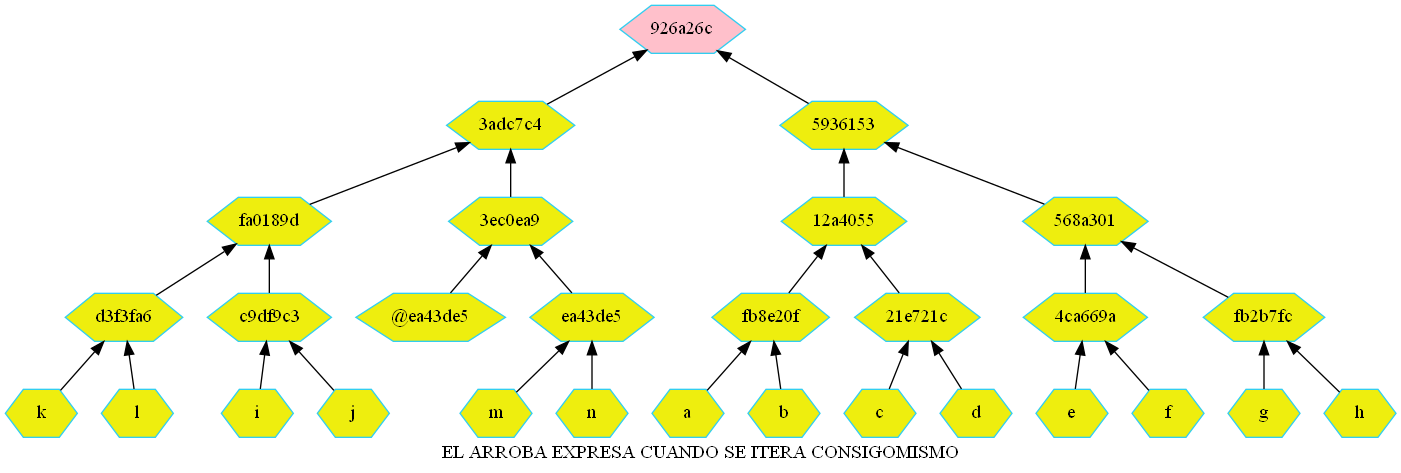
Earlier version of the Graphviz export merkle.png (betebetoven/EDDS2F2). Its source is kept beside it as merkle.dot. The source it was exported from:
```dot
digraph G
{label="EL ARROBA EXPRESA CUANDO SE ITERA CONSIGOMISMO"
        node[shape = hexagon]
        node[style = filled]
        node[fillcolor = "#EEEEE"]
        node[color = "#EEEEE"]
        node[color = "#31CEF0"]
        rankdir=BT;

"a" -> "fb8e20f"
"b" -> "fb8e20f"
"c" -> "21e721c"
"d" -> "21e721c"
"e" -> "4ca669a"
"f" -> "4ca669a"
"g" -> "fb2b7fc"
"h" -> "fb2b7fc"
"i" -> "c9df9c3"
"j" -> "c9df9c3"
"k" -> "d3f3fa6"
"l" -> "d3f3fa6"
"m" -> "ea43de5"
"n" -> "ea43de5"
"fb8e20f" -> "12a4055"
"21e721c" -> "12a4055"
"4ca669a" -> "568a301"
"fb2b7fc" -> "568a301"
"c9df9c3" -> "fa0189d"
"d3f3fa6" -> "fa0189d"
"ea43de5" -> "3ec0ea9"
"@ea43de5" -> "3ec0ea9"
"12a4055" -> "5936153"
"568a301" -> "5936153"
"fa0189d" -> "3adc7c4"
"3ec0ea9" -> "3adc7c4"
"5936153" -> "926a26c"
"3adc7c4" -> "926a26c"
"926a26c"[fillcolor="pink"]
}
```
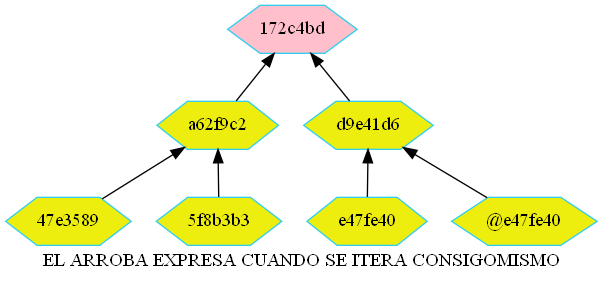
The same diagram one commit later.

What changed in the source:
```diff
@@ -7,33 +7,11 @@
         node[color = "#31CEF0"]
         rankdir=BT;
 
-"a" -> "fb8e20f"
-"b" -> "fb8e20f"
-"c" -> "21e721c"
-"d" -> "21e721c"
-"e" -> "4ca669a"
-"f" -> "4ca669a"
-"g" -> "fb2b7fc"
-"h" -> "fb2b7fc"
-"i" -> "c9df9c3"
-"j" -> "c9df9c3"
-"k" -> "d3f3fa6"
-"l" -> "d3f3fa6"
-"m" -> "ea43de5"
-"n" -> "ea43de5"
-"fb8e20f" -> "12a4055"
-"21e721c" -> "12a4055"
-"4ca669a" -> "568a301"
-"fb2b7fc" -> "568a301"
-"c9df9c3" -> "fa0189d"
-"d3f3fa6" -> "fa0189d"
-"ea43de5" -> "3ec0ea9"
-"@ea43de5" -> "3ec0ea9"
-"12a4055" -> "5936153"
-"568a301" -> "5936153"
-"fa0189d" -> "3adc7c4"
-"3ec0ea9" -> "3adc7c4"
-"5936153" -> "926a26c"
-"3adc7c4" -> "926a26c"
-"926a26c"[fillcolor="pink"]
+"47e3589" -> "a62f9c2"
+"5f8b3b3" -> "a62f9c2"
+"e47fe40" -> "d9e41d6"
+"@e47fe40" -> "d9e41d6"
+"a62f9c2" -> "172c4bd"
+"d9e41d6" -> "172c4bd"
+"172c4bd"[fillcolor="pink"]
 }
```
